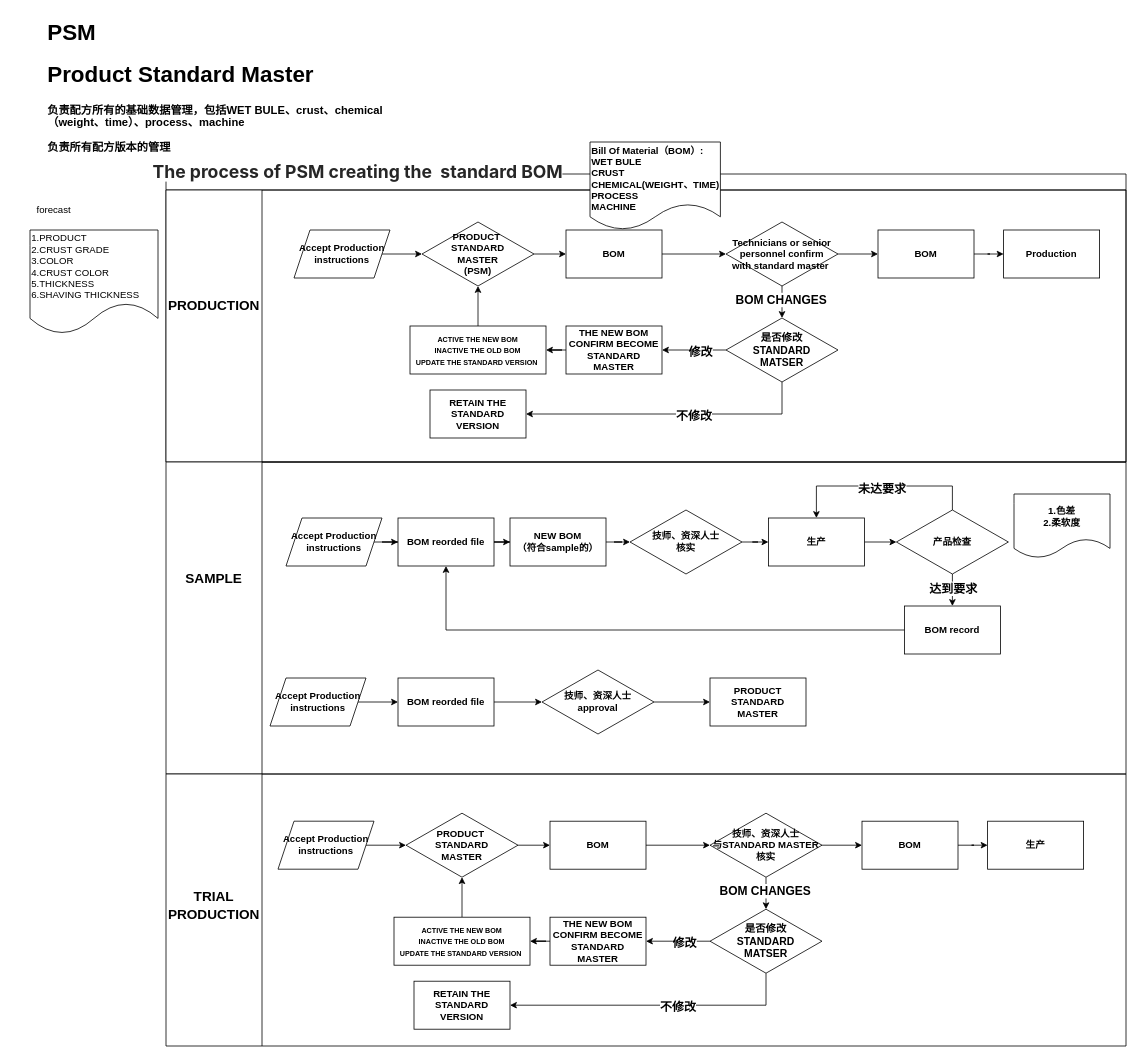
Earlier version of the draw.io diagram page "第 3 页" (3 of 3) of PSM.drawio (Jbmlier/framework). Source tidied: cells renumbered, new cells numbered last; positions are measured from the earlier drawing's top-left corner, leaving out a move shared by most shapes. Both pictures are drawn from the tidied source at 80%, with x=0, y=0 at pixel (30, 14).
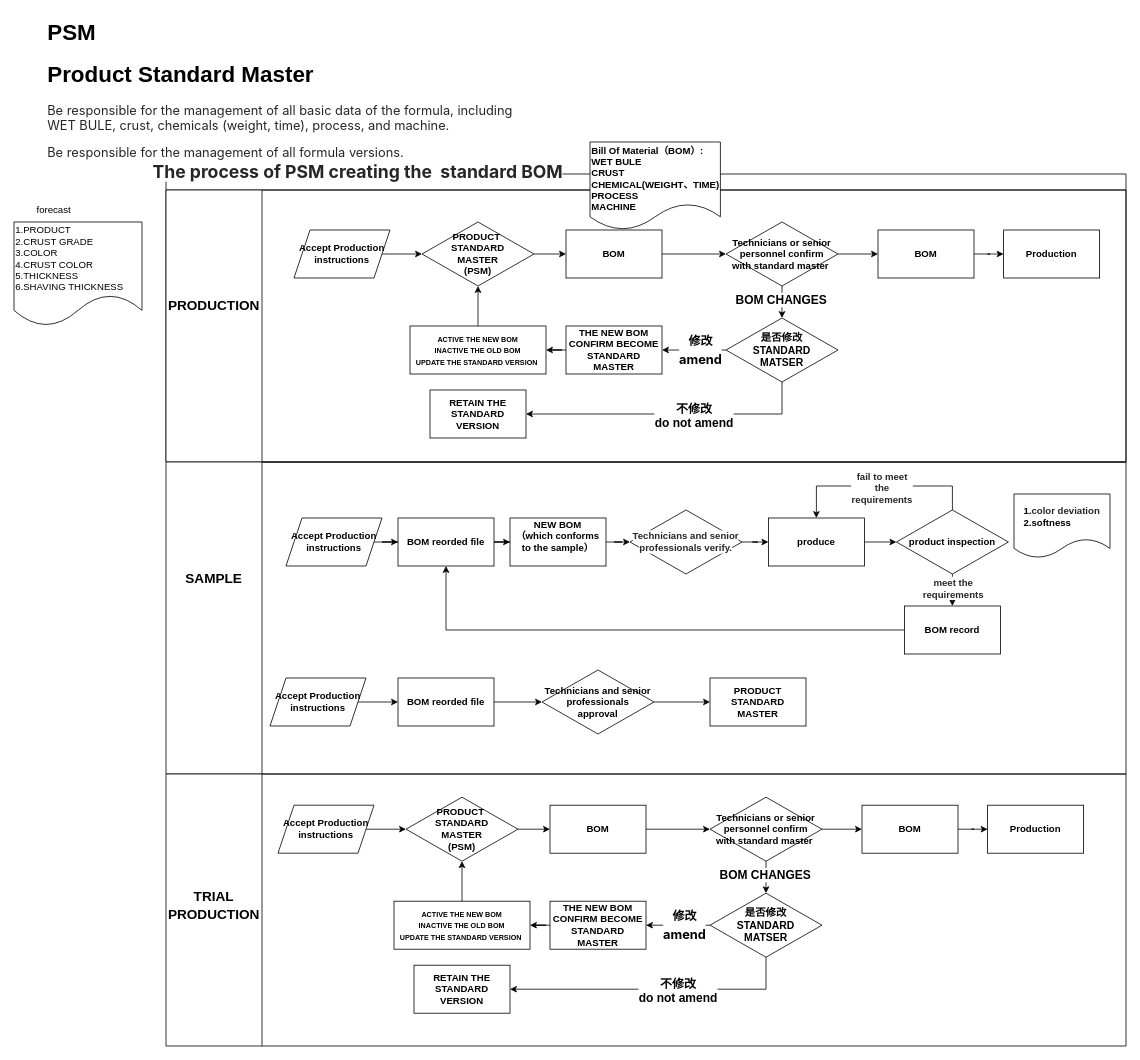
Above is the later version.

The change refers to these unchanged cells:
```xml
<mxCell id="18" style="edgeStyle=orthogonalEdgeStyle;rounded=0;jettySize=auto;html=1;fontStyle=1;" parent="3" edge="1" source="22" target="24">
  <mxGeometry relative="1" as="geometry" />
</mxCell>
<mxCell id="20" style="edgeStyle=orthogonalEdgeStyle;rounded=0;jettySize=auto;html=1;entryX=1;entryY=0.5;entryDx=0;entryDy=0;fontStyle=1;" parent="3" edge="1" source="22" target="27">
  <mxGeometry relative="1" as="geometry">
    <Array as="points">
      <mxPoint x="770" y="280" />
    </Array>
  </mxGeometry>
</mxCell>
<mxCell id="28" style="swimlane;startSize=120;horizontal=0;html=1;" parent="1" vertex="1">
  <mxGeometry x="170" y="560" width="1200" height="390" as="geometry" />
</mxCell>
<mxCell id="38" style="edgeStyle=orthogonalEdgeStyle;rounded=0;jettySize=auto;html=1;fontStyle=1;" parent="28" edge="1" source="40" target="41">
  <mxGeometry relative="1" as="geometry" />
</mxCell>
<mxCell id="42" style="endArrow=classic;html=1;rounded=0;entryX=0.5;entryY=0;entryDx=0;entryDy=0;fontStyle=1;" parent="28" edge="1" target="37">
  <mxGeometry relative="1" as="geometry">
    <mxPoint x="983" y="60" as="sourcePoint" />
    <Array as="points">
      <mxPoint x="983" y="30" />
      <mxPoint x="813" y="30" />
    </Array>
  </mxGeometry>
</mxCell>
<mxCell id="57" style="swimlane;startSize=120;horizontal=0;html=1;" parent="1" vertex="1">
  <mxGeometry x="170" y="950" width="1200" height="340" as="geometry" />
</mxCell>
<mxCell id="72" style="edgeStyle=orthogonalEdgeStyle;rounded=0;jettySize=auto;html=1;fontStyle=1;" parent="57" edge="1" source="76" target="78">
  <mxGeometry relative="1" as="geometry" />
</mxCell>
```

What changed in the source:
```diff
@@
-    <mxCell id="19" value="&lt;font style=&quot;font-size: 15px;&quot;&gt;&lt;span&gt;修改&lt;/span&gt;&lt;/font&gt;" style="edgeLabel;html=1;align=center;verticalAlign=middle;fontStyle=1;" parent="18" vertex="1">
+    <mxCell id="19" value="&lt;font style=&quot;font-size: 15px;&quot;&gt;&lt;span&gt;修改&lt;/span&gt;&lt;/font&gt;&lt;div&gt;&lt;font style=&quot;font-size: 15px;&quot;&gt;&lt;span style=&quot;-webkit-font-smoothing: antialiased; box-sizing: border-box; -webkit-tap-highlight-color: rgba(0, 0, 0, 0); font-size: 16px; line-height: 28px; overflow-anchor: auto; font-family: Inter, -apple-system, BlinkMacSystemFont, &amp;quot;Segoe UI&amp;quot;, &amp;quot;SF Pro SC&amp;quot;, &amp;quot;SF Pro Display&amp;quot;, &amp;quot;SF Pro Icons&amp;quot;, &amp;quot;PingFang SC&amp;quot;, &amp;quot;Hiragino Sans GB&amp;quot;, &amp;quot;Microsoft YaHei&amp;quot;, &amp;quot;Helvetica Neue&amp;quot;, Helvetica, Arial, sans-serif; text-align: left; text-wrap-mode: wrap;&quot;&gt;amend&lt;/span&gt;&lt;span&gt;&lt;/span&gt;&lt;/font&gt;&lt;/div&gt;" style="edgeLabel;html=1;align=center;verticalAlign=middle;fontStyle=1;" parent="18" vertex="1">
       <mxGeometry x="-0.18" y="1" relative="1" as="geometry" />
     </mxCell>
@@
-    <mxCell id="21" value="&lt;font style=&quot;font-size: 15px;&quot;&gt;&lt;span&gt;不修改&lt;/span&gt;&lt;/font&gt;" style="edgeLabel;html=1;align=center;verticalAlign=middle;fontStyle=1;" parent="20" vertex="1">
+    <mxCell id="21" value="&lt;font style=&quot;font-size: 15px;&quot;&gt;&lt;span&gt;不修改&lt;/span&gt;&lt;/font&gt;&lt;div&gt;&lt;font style=&quot;font-size: 15px;&quot;&gt;&lt;span&gt;do not amend&lt;/span&gt;&lt;/font&gt;&lt;/div&gt;" style="edgeLabel;html=1;align=center;verticalAlign=middle;fontStyle=1;" parent="20" vertex="1">
       <mxGeometry x="-0.16" y="1" relative="1" as="geometry" />
     </mxCell>
@@
-    <mxCell id="35" value="技师、资深人士&lt;div&gt;核实&lt;/div&gt;" style="rhombus;whiteSpace=wrap;html=1;fontStyle=1;" parent="28" vertex="1">
+    <mxCell id="35" value="&lt;div style=&quot;text-align: center;&quot;&gt;&lt;span style=&quot;background-color: rgb(255, 255, 255); color: rgba(0, 0, 0, 0.85); text-align: start;&quot;&gt;&lt;font style=&quot;&quot; face=&quot;Helvetica&quot;&gt;Technicians and senior professionals verify.&lt;/font&gt;&lt;/span&gt;&lt;/div&gt;" style="rhombus;whiteSpace=wrap;html=1;fontStyle=1;" parent="28" vertex="1">
       <mxGeometry x="580" y="60" width="140" height="80" as="geometry" />
     </mxCell>
@@
-    <mxCell id="37" value="生产" style="whiteSpace=wrap;html=1;fontStyle=1;" parent="28" vertex="1">
+    <mxCell id="37" value="produce" style="whiteSpace=wrap;html=1;fontStyle=1;" parent="28" vertex="1">
       <mxGeometry x="753" y="70" width="120" height="60" as="geometry" />
     </mxCell>
@@
-    <mxCell id="39" value="&lt;span&gt;&lt;font style=&quot;font-size: 15px;&quot;&gt;达到要求&lt;/font&gt;&lt;/span&gt;" style="edgeLabel;html=1;align=center;verticalAlign=middle;fontStyle=1;" parent="38" vertex="1">
+    <mxCell id="39" value="&lt;span style=&quot;color: rgba(0, 0, 0, 0.85); font-size: 12px; text-align: start; text-wrap-mode: wrap;&quot;&gt;meet the requirements&lt;/span&gt;" style="edgeLabel;html=1;align=center;verticalAlign=middle;fontStyle=1;" parent="38" vertex="1">
       <mxGeometry x="-0.17" relative="1" as="geometry" />
     </mxCell>
-    <mxCell id="40" value="产品检查" style="rhombus;whiteSpace=wrap;html=1;fontStyle=1;" parent="28" vertex="1">
+    <mxCell id="40" value="product inspection" style="rhombus;whiteSpace=wrap;html=1;fontStyle=1;" parent="28" vertex="1">
       <mxGeometry x="913" y="60" width="140" height="80" as="geometry" />
     </mxCell>
@@
-    <mxCell id="43" value="&lt;font style=&quot;font-size: 15px;&quot;&gt;&lt;span&gt;未达要求&lt;/span&gt;&lt;/font&gt;" style="edgeLabel;html=1;align=center;verticalAlign=middle;fontStyle=1;" parent="42" vertex="1">
+    <mxCell id="43" value="&lt;span style=&quot;color: rgba(0, 0, 0, 0.85); text-align: start; text-wrap-mode: wrap;&quot;&gt;&lt;font style=&quot;font-size: 12px;&quot; face=&quot;Helvetica&quot;&gt;fail to meet the requirements&lt;/font&gt;&lt;/span&gt;" style="edgeLabel;html=1;align=center;verticalAlign=middle;fontStyle=1;" parent="42" vertex="1">
       <mxGeometry x="-0.01" y="2" relative="1" as="geometry" />
     </mxCell>
@@
-    <mxCell id="45" value="NEW BOM&lt;div&gt;（符合sample的）&lt;/div&gt;" style="whiteSpace=wrap;html=1;fontStyle=1;" parent="28" vertex="1">
+    <mxCell id="45" value="NEW BOM&lt;div&gt;（which conforms to the sample）&lt;/div&gt;&lt;div&gt;&lt;br&gt;&lt;/div&gt;" style="whiteSpace=wrap;html=1;fontStyle=1;" parent="28" vertex="1">
       <mxGeometry x="430" y="70" width="120" height="60" as="geometry" />
     </mxCell>
@@
-    <mxCell id="47" value="1.色差&lt;div&gt;2.柔软度&lt;/div&gt;" style="shape=document;whiteSpace=wrap;html=1;boundedLbl=1;fontStyle=1;" parent="28" vertex="1">
+    <mxCell id="47" value="1.&lt;span style=&quot;color: rgba(0, 0, 0, 0.85); text-align: left; background-color: rgb(255, 255, 255);&quot;&gt;&lt;font style=&quot;&quot; face=&quot;Helvetica&quot;&gt;color deviation&lt;/font&gt;&lt;/span&gt;&lt;div style=&quot;text-align: left;&quot;&gt;2.softness&lt;/div&gt;" style="shape=document;whiteSpace=wrap;html=1;boundedLbl=1;fontStyle=1;" parent="28" vertex="1">
       <mxGeometry x="1060" y="40" width="120" height="80" as="geometry" />
     </mxCell>
@@
-    <mxCell id="51" value="技师、资深人士&lt;div&gt;approval&lt;/div&gt;" style="rhombus;whiteSpace=wrap;html=1;fontStyle=1;" parent="28" vertex="1">
+    <mxCell id="51" value="Technicians and senior professionals&lt;div&gt;approval&lt;/div&gt;" style="rhombus;whiteSpace=wrap;html=1;fontStyle=1;" parent="28" vertex="1">
       <mxGeometry x="470" y="260" width="140" height="80" as="geometry" />
     </mxCell>
@@
     <mxCell id="56" value="1.PRODUCT&lt;div&gt;2.CRUST&amp;nbsp;&lt;span style=&quot;background-color: transparent; color: light-dark(rgb(0, 0, 0), rgb(255, 255, 255));&quot;&gt;GRADE&lt;/span&gt;&lt;/div&gt;&lt;div&gt;3.COLOR&lt;/div&gt;&lt;div&gt;4.CRUST COLOR&lt;/div&gt;&lt;div&gt;5.THICKNESS&lt;/div&gt;&lt;div&gt;6.SHAVING THICKNESS&lt;/div&gt;" style="shape=document;whiteSpace=wrap;html=1;boundedLbl=1;align=left;" parent="1" vertex="1">
-      <mxGeometry y="270" width="160" height="130" as="geometry" />
+      <mxGeometry x="-20" y="260" width="160" height="130" as="geometry" />
     </mxCell>
@@
-    <mxCell id="59" style="edgeStyle=orthogonalEdgeStyle;rounded=0;jettySize=auto;html=1;fontStyle=1;" parent="57" edge="1" source="60" target="62">
-      <mxGeometry relative="1" as="geometry" />
-    </mxCell>
+    <mxCell id="85" style="edgeStyle=orthogonalEdgeStyle;rounded=0;jettySize=auto;html=1;fontStyle=1;" parent="57" edge="1" source="60" target="87">
+      <mxGeometry relative="1" as="geometry" />
+    </mxCell>
     <mxCell id="60" value="Accept Production&lt;div&gt;instructions&lt;/div&gt;" style="shape=parallelogram;perimeter=parallelogramPerimeter;whiteSpace=wrap;html=1;fixedSize=1;fontStyle=1;" parent="57" vertex="1">
-      <mxGeometry x="140" y="59" width="120" height="60" as="geometry" />
+      <mxGeometry x="140" y="39" width="120" height="60" as="geometry" />
     </mxCell>
-    <mxCell id="61" style="edgeStyle=orthogonalEdgeStyle;rounded=0;jettySize=auto;html=1;fontStyle=1;" parent="57" edge="1" source="62" target="64">
-      <mxGeometry relative="1" as="geometry" />
-    </mxCell>
-    <mxCell id="62" value="PRODUCT&amp;nbsp;&lt;div&gt;STANDARD&lt;div&gt;MASTER&lt;/div&gt;&lt;/div&gt;" style="rhombus;whiteSpace=wrap;html=1;fontStyle=1;" parent="57" vertex="1">
-      <mxGeometry x="300" y="49" width="140" height="80" as="geometry" />
-    </mxCell>
-    <mxCell id="63" style="edgeStyle=orthogonalEdgeStyle;rounded=0;jettySize=auto;html=1;fontStyle=1;" parent="57" edge="1" source="64" target="68">
-      <mxGeometry relative="1" as="geometry" />
-    </mxCell>
-    <mxCell id="64" value="BOM" style="whiteSpace=wrap;html=1;fontStyle=1;" parent="57" vertex="1">
-      <mxGeometry x="480" y="59" width="120" height="60" as="geometry" />
-    </mxCell>
-    <mxCell id="65" style="edgeStyle=orthogonalEdgeStyle;rounded=0;jettySize=auto;html=1;fontStyle=1;" parent="57" edge="1" source="68" target="70">
-      <mxGeometry relative="1" as="geometry" />
-    </mxCell>
-    <mxCell id="66" style="edgeStyle=orthogonalEdgeStyle;rounded=0;jettySize=auto;html=1;entryX=0.5;entryY=0;entryDx=0;entryDy=0;entryPerimeter=0;fontStyle=1;" parent="57" edge="1" source="68" target="76">
-      <mxGeometry relative="1" as="geometry" />
-    </mxCell>
+    <mxCell id="86" style="edgeStyle=orthogonalEdgeStyle;rounded=0;jettySize=auto;html=1;fontStyle=1;" parent="57" edge="1" source="87" target="89">
+      <mxGeometry relative="1" as="geometry" />
+    </mxCell>
+    <mxCell id="87" value="PRODUCT&amp;nbsp;&lt;div&gt;STANDARD&lt;div&gt;MASTER&lt;/div&gt;&lt;/div&gt;&lt;div&gt;(PSM)&lt;/div&gt;" style="rhombus;whiteSpace=wrap;html=1;fontStyle=1;" parent="57" vertex="1">
+      <mxGeometry x="300" y="29" width="140" height="80" as="geometry" />
+    </mxCell>
+    <mxCell id="88" style="edgeStyle=orthogonalEdgeStyle;rounded=0;jettySize=auto;html=1;fontStyle=1;" parent="57" edge="1" source="89" target="92">
+      <mxGeometry relative="1" as="geometry" />
+    </mxCell>
+    <mxCell id="89" value="BOM" style="whiteSpace=wrap;html=1;fontStyle=1;" parent="57" vertex="1">
+      <mxGeometry x="480" y="39" width="120" height="60" as="geometry" />
+    </mxCell>
+    <mxCell id="90" style="edgeStyle=orthogonalEdgeStyle;rounded=0;jettySize=auto;html=1;fontStyle=1;" parent="57" edge="1" source="92" target="94">
+      <mxGeometry relative="1" as="geometry" />
+    </mxCell>
+    <mxCell id="91" style="edgeStyle=orthogonalEdgeStyle;rounded=0;jettySize=auto;html=1;entryX=0.5;entryY=0;entryDx=0;entryDy=0;entryPerimeter=0;fontStyle=1;" parent="57" edge="1" source="92" target="76">
+      <mxGeometry relative="1" as="geometry" />
+    </mxCell>
-    <mxCell id="67" value="&lt;span style=&quot;font-size: 15px;&quot;&gt;BOM CHANGES&lt;/span&gt;" style="edgeLabel;html=1;align=center;verticalAlign=middle;fontStyle=1;" parent="66" vertex="1">
+    <mxCell id="67" value="&lt;font style=&quot;font-size: 15px;&quot;&gt;&lt;span&gt;BOM CHANGES&lt;/span&gt;&lt;/font&gt;" style="edgeLabel;html=1;align=center;verticalAlign=middle;fontStyle=1;" parent="91" vertex="1">
       <mxGeometry x="-0.2" y="-2" relative="1" as="geometry" />
     </mxCell>
-    <mxCell id="68" value="技师、资深人士&lt;div&gt;与STANDARD MASTER&lt;/div&gt;&lt;div&gt;核实&lt;/div&gt;" style="rhombus;whiteSpace=wrap;html=1;fontStyle=1;" parent="57" vertex="1">
-      <mxGeometry x="680" y="49" width="140" height="80" as="geometry" />
-    </mxCell>
-    <mxCell id="69" style="edgeStyle=orthogonalEdgeStyle;rounded=0;jettySize=auto;html=1;fontStyle=1;" parent="57" edge="1" source="70" target="71">
-      <mxGeometry relative="1" as="geometry" />
-    </mxCell>
-    <mxCell id="70" value="BOM" style="whiteSpace=wrap;html=1;fontStyle=1;" parent="57" vertex="1">
-      <mxGeometry x="870" y="59" width="120" height="60" as="geometry" />
-    </mxCell>
-    <mxCell id="71" value="生产" style="whiteSpace=wrap;html=1;fontStyle=1;" parent="57" vertex="1">
-      <mxGeometry x="1027" y="59" width="120" height="60" as="geometry" />
-    </mxCell>
+    <mxCell id="92" value="Technicians or senior&lt;div&gt;personnel confirm&lt;/div&gt;&lt;div&gt;with standard master&lt;span style=&quot;background-color: transparent; color: light-dark(rgb(0, 0, 0), rgb(255, 255, 255));&quot;&gt;&amp;nbsp;&lt;/span&gt;&lt;/div&gt;" style="rhombus;whiteSpace=wrap;html=1;fontStyle=1;" parent="57" vertex="1">
+      <mxGeometry x="680" y="29" width="140" height="80" as="geometry" />
+    </mxCell>
+    <mxCell id="93" style="edgeStyle=orthogonalEdgeStyle;rounded=0;jettySize=auto;html=1;fontStyle=1;" parent="57" edge="1" source="94" target="95">
+      <mxGeometry relative="1" as="geometry" />
+    </mxCell>
+    <mxCell id="94" value="BOM" style="whiteSpace=wrap;html=1;fontStyle=1;" parent="57" vertex="1">
+      <mxGeometry x="870" y="39" width="120" height="60" as="geometry" />
+    </mxCell>
+    <mxCell id="95" value="Production" style="whiteSpace=wrap;html=1;fontStyle=1;" parent="57" vertex="1">
+      <mxGeometry x="1027" y="39" width="120" height="60" as="geometry" />
+    </mxCell>
@@
-    <mxCell id="73" value="修改" style="edgeLabel;html=1;align=center;verticalAlign=middle;fontSize=15;fontStyle=1;" parent="72" vertex="1">
-      <mxGeometry x="-0.18" y="1" relative="1" as="geometry" />
-    </mxCell>
+    <mxCell id="96" value="&lt;font style=&quot;font-size: 15px;&quot;&gt;&lt;span&gt;修改&lt;/span&gt;&lt;/font&gt;&lt;div&gt;&lt;font style=&quot;font-size: 15px;&quot;&gt;&lt;span style=&quot;-webkit-font-smoothing: antialiased; box-sizing: border-box; -webkit-tap-highlight-color: rgba(0, 0, 0, 0); font-size: 16px; line-height: 28px; overflow-anchor: auto; font-family: Inter, -apple-system, BlinkMacSystemFont, &amp;quot;Segoe UI&amp;quot;, &amp;quot;SF Pro SC&amp;quot;, &amp;quot;SF Pro Display&amp;quot;, &amp;quot;SF Pro Icons&amp;quot;, &amp;quot;PingFang SC&amp;quot;, &amp;quot;Hiragino Sans GB&amp;quot;, &amp;quot;Microsoft YaHei&amp;quot;, &amp;quot;Helvetica Neue&amp;quot;, Helvetica, Arial, sans-serif; text-align: left; text-wrap-mode: wrap;&quot;&gt;amend&lt;/span&gt;&lt;span&gt;&lt;/span&gt;&lt;/font&gt;&lt;/div&gt;" style="edgeLabel;html=1;align=center;verticalAlign=middle;fontStyle=1;" parent="72" vertex="1">
+      <mxGeometry x="-0.18" y="1" relative="1" as="geometry" />
+    </mxCell>
     <mxCell id="74" style="edgeStyle=orthogonalEdgeStyle;rounded=0;jettySize=auto;html=1;entryX=1;entryY=0.5;entryDx=0;entryDy=0;fontStyle=1;" parent="57" edge="1" source="76" target="81">
       <mxGeometry relative="1" as="geometry">
         <Array as="points">
-          <mxPoint x="750" y="289" />
+          <mxPoint x="750" y="269" />
         </Array>
       </mxGeometry>
     </mxCell>
-    <mxCell id="75" value="不修改" style="edgeLabel;html=1;align=center;verticalAlign=middle;fontSize=15;fontStyle=1;" parent="74" vertex="1">
-      <mxGeometry x="-0.16" y="1" relative="1" as="geometry" />
-    </mxCell>
+    <mxCell id="97" value="&lt;font style=&quot;font-size: 15px;&quot;&gt;&lt;span&gt;不修改&lt;/span&gt;&lt;/font&gt;&lt;div&gt;&lt;font style=&quot;font-size: 15px;&quot;&gt;&lt;span&gt;do not amend&lt;/span&gt;&lt;/font&gt;&lt;/div&gt;" style="edgeLabel;html=1;align=center;verticalAlign=middle;fontStyle=1;" parent="74" vertex="1">
+      <mxGeometry x="-0.16" y="1" relative="1" as="geometry" />
+    </mxCell>
     <mxCell id="76" value="&lt;font style=&quot;font-size: 13px;&quot;&gt;是否修改&lt;/font&gt;&lt;div&gt;&lt;font style=&quot;font-size: 13px;&quot;&gt;STANDARD&lt;/font&gt;&lt;/div&gt;&lt;div&gt;&lt;font style=&quot;font-size: 13px;&quot;&gt;MATSER&lt;/font&gt;&lt;/div&gt;" style="rhombus;whiteSpace=wrap;html=1;fontStyle=1;" parent="57" vertex="1">
-      <mxGeometry x="680" y="169" width="140" height="80" as="geometry" />
+      <mxGeometry x="680" y="149" width="140" height="80" as="geometry" />
     </mxCell>
@@
     <mxCell id="78" value="THE NEW BOM&lt;div&gt;CONFIRM BECOME STANDARD MASTER&lt;/div&gt;" style="whiteSpace=wrap;html=1;fontStyle=1;" parent="57" vertex="1">
-      <mxGeometry x="480" y="179" width="120" height="60" as="geometry" />
+      <mxGeometry x="480" y="159" width="120" height="60" as="geometry" />
     </mxCell>
-    <mxCell id="79" style="edgeStyle=orthogonalEdgeStyle;rounded=0;jettySize=auto;html=1;fontStyle=1;" parent="57" edge="1" source="80" target="62">
-      <mxGeometry relative="1" as="geometry" />
-    </mxCell>
+    <mxCell id="98" style="edgeStyle=orthogonalEdgeStyle;rounded=0;jettySize=auto;html=1;fontStyle=1;" parent="57" edge="1" source="80" target="87">
+      <mxGeometry relative="1" as="geometry" />
+    </mxCell>
     <mxCell id="80" value="&lt;font style=&quot;font-size: 9px;&quot;&gt;ACTIVE THE NEW BOM&lt;/font&gt;&lt;div&gt;&lt;font style=&quot;font-size: 9px;&quot;&gt;INACTIVE THE OLD&amp;nbsp;&lt;/font&gt;&lt;span style=&quot;font-size: 9px; background-color: transparent; color: light-dark(rgb(0, 0, 0), rgb(255, 255, 255));&quot;&gt;BOM&lt;/span&gt;&lt;/div&gt;&lt;div&gt;&lt;span style=&quot;font-size: 9px; background-color: transparent; color: light-dark(rgb(0, 0, 0), rgb(255, 255, 255));&quot;&gt;UPDATE THE STANDARD VERSION&amp;nbsp;&lt;/span&gt;&lt;/div&gt;" style="whiteSpace=wrap;html=1;fontStyle=1;" parent="57" vertex="1">
-      <mxGeometry x="285" y="179" width="170" height="60" as="geometry" />
+      <mxGeometry x="285" y="159" width="170" height="60" as="geometry" />
     </mxCell>
     <mxCell id="81" value="RETAIN&amp;nbsp;&lt;span style=&quot;background-color: transparent; color: light-dark(rgb(0, 0, 0), rgb(255, 255, 255));&quot;&gt;THE&lt;/span&gt;&lt;div&gt;STANDARD VERSION&lt;/div&gt;" style="whiteSpace=wrap;html=1;fontStyle=1;" parent="57" vertex="1">
-      <mxGeometry x="310" y="259" width="120" height="60" as="geometry" />
+      <mxGeometry x="310" y="239" width="120" height="60" as="geometry" />
     </mxCell>
@@
-    <mxCell id="83" value="&lt;h1 style=&quot;margin-top: 0px;&quot;&gt;PSM&amp;nbsp;&lt;/h1&gt;&lt;h1 style=&quot;margin-top: 0px;&quot;&gt;Product Standard Master&lt;/h1&gt;&lt;p&gt;&lt;font&gt;负责配方所有的基础数据管理，包括WET BULE、crust、chemical（weight、time）、process、machine&lt;/font&gt;&lt;/p&gt;&lt;p&gt;&lt;font&gt;负责所有配方版本的管理&lt;/font&gt;&lt;/p&gt;&lt;p&gt;&lt;br&gt;&lt;/p&gt;" style="text;html=1;whiteSpace=wrap;overflow=hidden;rounded=0;fontSize=14;fontStyle=1;" parent="1" vertex="1">
-      <mxGeometry x="20" width="490" height="180" as="geometry" />
+    <mxCell id="83" value="&lt;h1 style=&quot;margin-top: 0px;&quot;&gt;PSM&amp;nbsp;&lt;/h1&gt;&lt;h1 style=&quot;margin-top: 0px;&quot;&gt;Product Standard Master&lt;/h1&gt;&lt;p&gt;&lt;span style=&quot;background-color: rgb(255, 255, 255); color: rgba(0, 0, 0, 0.85); font-family: Inter, -apple-system, BlinkMacSystemFont, &amp;quot;Segoe UI&amp;quot;, &amp;quot;SF Pro SC&amp;quot;, &amp;quot;SF Pro Display&amp;quot;, &amp;quot;SF Pro Icons&amp;quot;, &amp;quot;PingFang SC&amp;quot;, &amp;quot;Hiragino Sans GB&amp;quot;, &amp;quot;Microsoft YaHei&amp;quot;, &amp;quot;Helvetica Neue&amp;quot;, Helvetica, Arial, sans-serif; font-size: 16px; font-weight: 400;&quot;&gt;Be responsible for the management of all basic data of the formula, including WET BULE, crust, chemicals (weight, time), process, and machine.&lt;/span&gt;&lt;/p&gt;&lt;p&gt;&lt;span style=&quot;background-color: rgb(255, 255, 255); color: rgba(0, 0, 0, 0.85); font-family: Inter, -apple-system, BlinkMacSystemFont, &amp;quot;Segoe UI&amp;quot;, &amp;quot;SF Pro SC&amp;quot;, &amp;quot;SF Pro Display&amp;quot;, &amp;quot;SF Pro Icons&amp;quot;, &amp;quot;PingFang SC&amp;quot;, &amp;quot;Hiragino Sans GB&amp;quot;, &amp;quot;Microsoft YaHei&amp;quot;, &amp;quot;Helvetica Neue&amp;quot;, Helvetica, Arial, sans-serif; font-size: 16px; font-weight: 400;&quot;&gt;Be responsible for the management of all formula versions.&lt;/span&gt;&lt;/p&gt;&lt;p&gt;&lt;br&gt;&lt;/p&gt;" style="text;html=1;whiteSpace=wrap;overflow=hidden;rounded=0;fontSize=14;fontStyle=1;" parent="1" vertex="1">
+      <mxGeometry x="20" width="590" height="180" as="geometry" />
     </mxCell>
```
